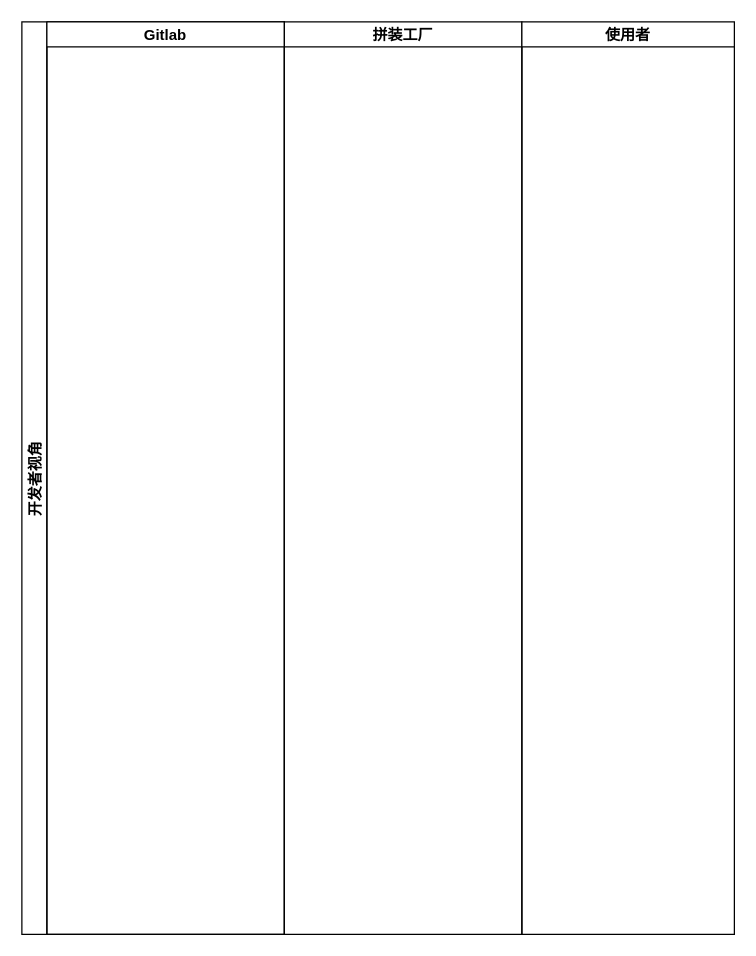
This is page "第 9 页" (9 of 9) of assembly-factory.drawio from kwhitestone/drawio, a draw.io file, before an edit. Source tidied: cells renumbered, new cells numbered last; positions are measured from the earlier drawing's top-left corner, leaving out a move shared by most shapes. Both pictures are drawn from the tidied source at 125%, with x=0, y=0 at pixel (21, 21).
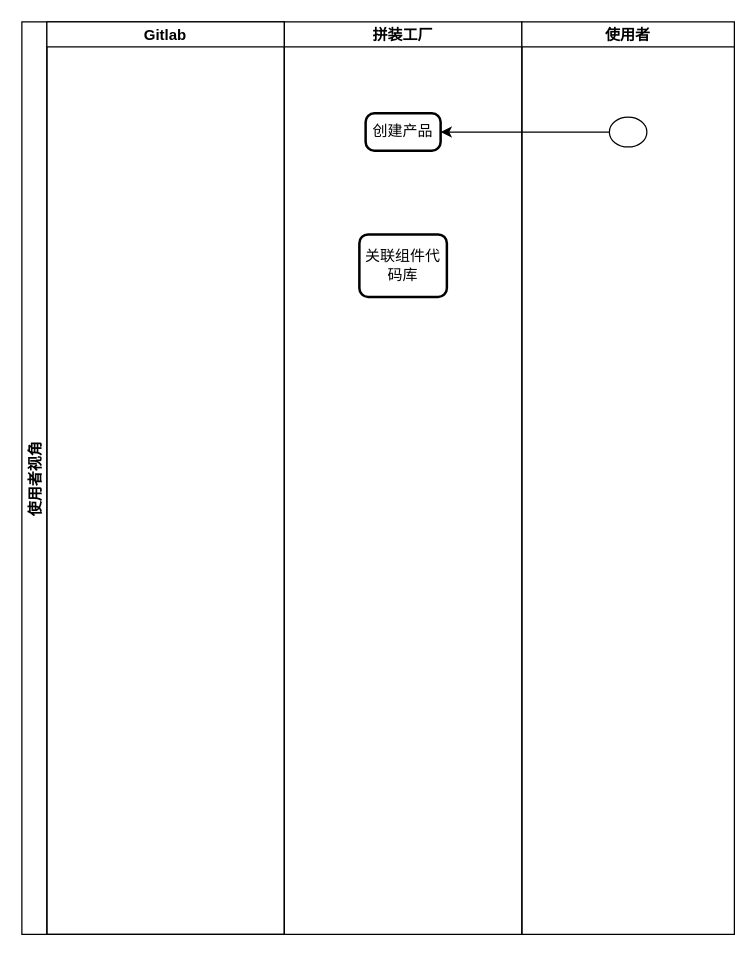
After the change.

Change to the diagram source:
```diff
@@
 <mxGraphModel>
   <root>
     <mxCell id="0" />
     <mxCell id="1" parent="0" />
-    <mxCell id="2" value="开发者视角" style="swimlane;startSize=20;horizontal=0;" parent="1" vertex="1">
+    <mxCell id="2" value="使用者视角" style="swimlane;startSize=20;horizontal=0;" parent="1" vertex="1">
       <mxGeometry width="210" height="730" as="geometry" />
     </mxCell>
     <mxCell id="3" value="Gitlab" style="swimlane;startSize=20;" parent="2" vertex="1">
       <mxGeometry x="20" width="190" height="730" as="geometry" />
     </mxCell>
     <mxCell id="4" value="拼装工厂" style="swimlane;startSize=20;" parent="1" vertex="1">
       <mxGeometry x="210" width="190" height="730" as="geometry" />
     </mxCell>
+    <mxCell id="6" value="创建产品" style="rounded=1;whiteSpace=wrap;html=1;absoluteArcSize=1;arcSize=14;strokeWidth=2;" parent="4" vertex="1">
+      <mxGeometry x="65" y="73.1" width="60" height="30" as="geometry" />
+    </mxCell>
+    <mxCell id="7" value="关联组件代码库" style="rounded=1;whiteSpace=wrap;html=1;absoluteArcSize=1;arcSize=14;strokeWidth=2;" parent="4" vertex="1">
+      <mxGeometry x="60" y="170" width="70" height="50" as="geometry" />
+    </mxCell>
     <mxCell id="5" value="使用者" style="swimlane;startSize=20;" parent="1" vertex="1">
       <mxGeometry x="400" width="170" height="730" as="geometry" />
     </mxCell>
+    <mxCell id="8" style="verticalLabelPosition=bottom;verticalAlign=top;html=1;shape=mxgraph.flowchart.on-page_reference;" parent="5" vertex="1">
+      <mxGeometry x="70" y="76.3" width="30" height="23.8" as="geometry" />
+    </mxCell>
+    <mxCell id="9" style="edgeStyle=orthogonalEdgeStyle;rounded=0;jettySize=auto;html=1;entryX=1;entryY=0.5;entryDx=0;entryDy=0;" parent="1" edge="1" source="8" target="6">
+      <mxGeometry relative="1" as="geometry" />
+    </mxCell>
   </root>
 </mxGraphModel>
```
